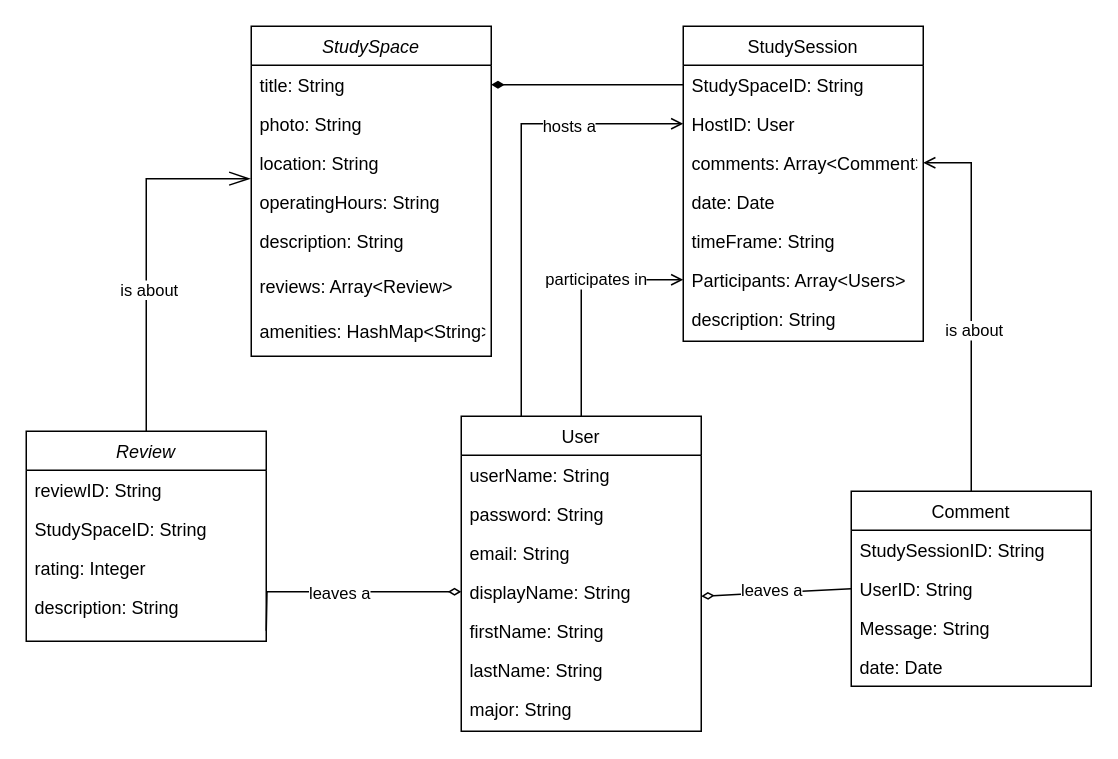
Before: Untitled Diagram.drawio in bhillyard/SloStudySonar, a draw.io diagram. Source tidied: cells renumbered, new cells numbered last; positions are measured from the earlier drawing's top-left corner, leaving out a move shared by most shapes. Both pictures are drawn from the tidied source at 150%, with x=0, y=0 at pixel (26, 26).
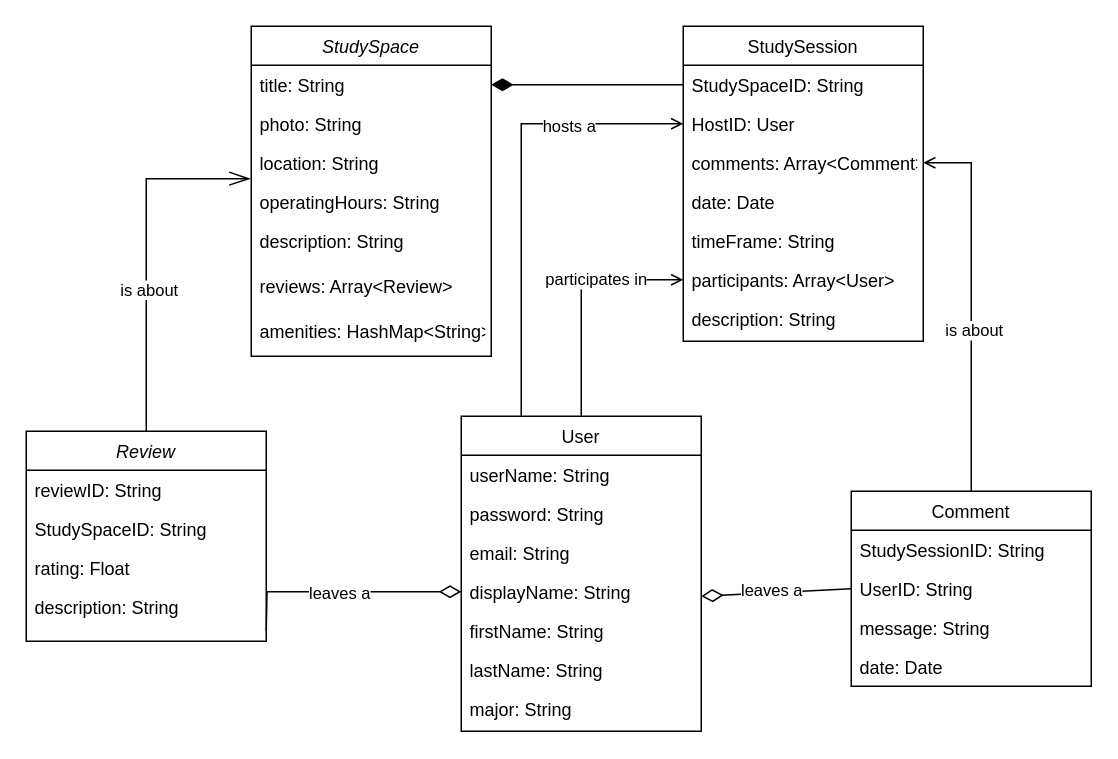
After the change.

The change refers to these unchanged cells:
```xml
<mxCell id="3" value="title: String" style="text;align=left;verticalAlign=top;spacingLeft=4;spacingRight=4;overflow=hidden;points=[[0,0.5],[1,0.5]];portConstraint=eastwest;" parent="2" vertex="1">
  <mxGeometry y="26" width="160" height="26" as="geometry" />
</mxCell>
<mxCell id="12" value="Comment" style="swimlane;fontStyle=0;align=center;verticalAlign=top;horizontal=1;startSize=26;rounded=0;shadow=0;strokeWidth=1;" parent="1" vertex="1">
  <mxGeometry x="550" y="310" width="160" height="130" as="geometry" />
</mxCell>
<mxCell id="23" value="displayName: String" style="text;align=left;verticalAlign=top;spacingLeft=4;spacingRight=4;overflow=hidden;points=[[0,0.5],[1,0.5]];portConstraint=eastwest;" parent="19" vertex="1">
  <mxGeometry y="104" width="160" height="26" as="geometry" />
</mxCell>
<mxCell id="27" value="StudySession&#10;" style="swimlane;fontStyle=0;align=center;verticalAlign=top;horizontal=1;startSize=26;rounded=0;shadow=0;strokeWidth=1;" parent="1" vertex="1">
  <mxGeometry x="438" width="160" height="210" as="geometry" />
</mxCell>
<mxCell id="28" value="StudySpaceID: String" style="text;align=left;verticalAlign=top;spacingLeft=4;spacingRight=4;overflow=hidden;points=[[0,0.5],[1,0.5]];portConstraint=eastwest;rounded=0;shadow=0;html=0;" parent="27" vertex="1">
  <mxGeometry y="26" width="160" height="26" as="geometry" />
</mxCell>
<mxCell id="37" value="Review&#10;" style="swimlane;fontStyle=2;align=center;verticalAlign=top;horizontal=1;startSize=26;rounded=0;shadow=0;strokeWidth=1;" parent="1" vertex="1">
  <mxGeometry y="270" width="160" height="140" as="geometry" />
</mxCell>
```

Change to the diagram source:
```diff
@@
-    <mxCell id="15" value="Message: String" style="text;align=left;verticalAlign=top;spacingLeft=4;spacingRight=4;overflow=hidden;rounded=0;shadow=0;html=0;" parent="12" vertex="1">
+    <mxCell id="15" value="message: String" style="text;align=left;verticalAlign=top;spacingLeft=4;spacingRight=4;overflow=hidden;rounded=0;shadow=0;html=0;" parent="12" vertex="1">
       <mxGeometry y="78" width="160" height="26" as="geometry" />
     </mxCell>
@@
-    <mxCell id="33" value="Participants: Array&lt;Users&gt;" style="text;align=left;verticalAlign=top;spacingLeft=4;spacingRight=4;overflow=hidden;points=[[0,0.5],[1,0.5]];portConstraint=eastwest;" parent="27" vertex="1">
+    <mxCell id="33" value="participants: Array&lt;User&gt;" style="text;align=left;verticalAlign=top;spacingLeft=4;spacingRight=4;overflow=hidden;points=[[0,0.5],[1,0.5]];portConstraint=eastwest;" parent="27" vertex="1">
       <mxGeometry y="156" width="160" height="26" as="geometry" />
     </mxCell>
@@
-    <mxCell id="35" style="endArrow=none;html=1;rounded=0;endFill=0;endSize=12;startArrow=diamondThin;startFill=0;" parent="1" edge="1">
+    <mxCell id="35" style="endArrow=none;html=1;rounded=0;endFill=0;endSize=12;startArrow=diamondThin;startFill=0;startSize=12;" parent="1" edge="1">
       <mxGeometry relative="1" as="geometry">
         <mxPoint x="450" y="380" as="sourcePoint" />
         <mxPoint x="550" y="375" as="targetPoint" />
       </mxGeometry>
     </mxCell>
@@
-    <mxCell id="40" value="rating: Integer" style="text;align=left;verticalAlign=top;spacingLeft=4;spacingRight=4;overflow=hidden;rounded=0;shadow=0;html=0;" parent="37" vertex="1">
+    <mxCell id="40" value="rating: Float" style="text;align=left;verticalAlign=top;spacingLeft=4;spacingRight=4;overflow=hidden;rounded=0;shadow=0;html=0;" parent="37" vertex="1">
       <mxGeometry y="78" width="160" height="26" as="geometry" />
     </mxCell>
@@
-    <mxCell id="44" style="edgeStyle=orthogonalEdgeStyle;rounded=0;jettySize=auto;html=1;endArrow=none;endFill=0;endSize=12;startArrow=diamondThin;startFill=0;" parent="1" edge="1" source="23">
+    <mxCell id="44" style="edgeStyle=orthogonalEdgeStyle;rounded=0;jettySize=auto;html=1;endArrow=none;endFill=0;endSize=12;startArrow=diamondThin;startFill=0;startSize=12;" parent="1" edge="1" source="23">
       <mxGeometry relative="1" as="geometry">
         <mxPoint x="160" y="403" as="targetPoint" />
       </mxGeometry>
     </mxCell>
@@
-    <mxCell id="48" style="edgeStyle=orthogonalEdgeStyle;rounded=0;jettySize=auto;html=1;entryX=1;entryY=0.5;entryDx=0;entryDy=0;endArrow=diamondThin;endFill=1;" parent="1" edge="1" source="28" target="3">
+    <mxCell id="48" style="edgeStyle=orthogonalEdgeStyle;rounded=0;jettySize=auto;html=1;entryX=1;entryY=0.5;entryDx=0;entryDy=0;endArrow=diamondThin;endFill=1;endSize=12;" parent="1" edge="1" source="28" target="3">
       <mxGeometry relative="1" as="geometry" />
     </mxCell>
```
